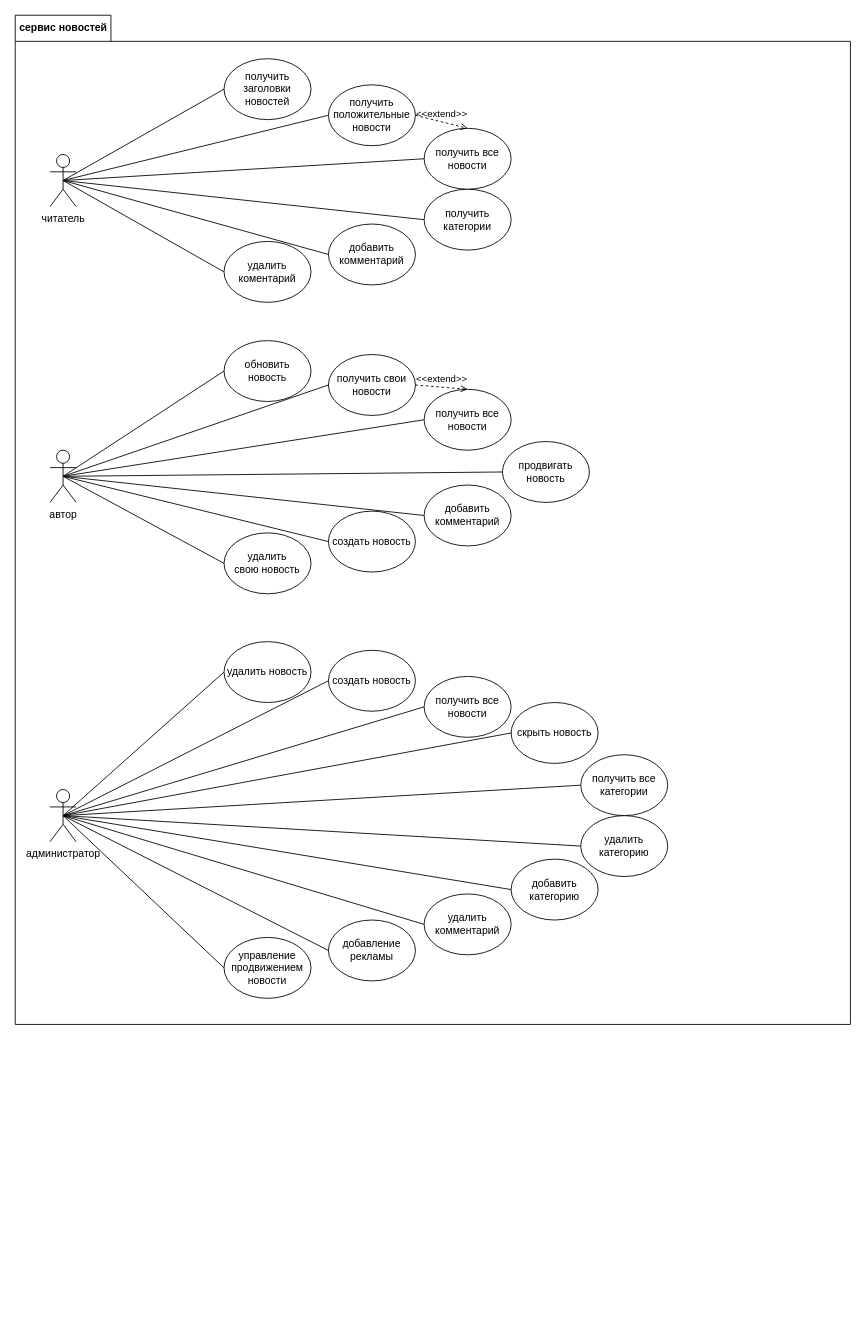
This is usecase2.drawio from xjie6yshek/lab_arh, a draw.io file, before an edit. Source tidied: cells renumbered, new cells numbered last; positions are measured from the earlier drawing's top-left corner, leaving out a move shared by most shapes. Both pictures are drawn from the tidied source at 87%, with x=0, y=0 at pixel (15, 15).
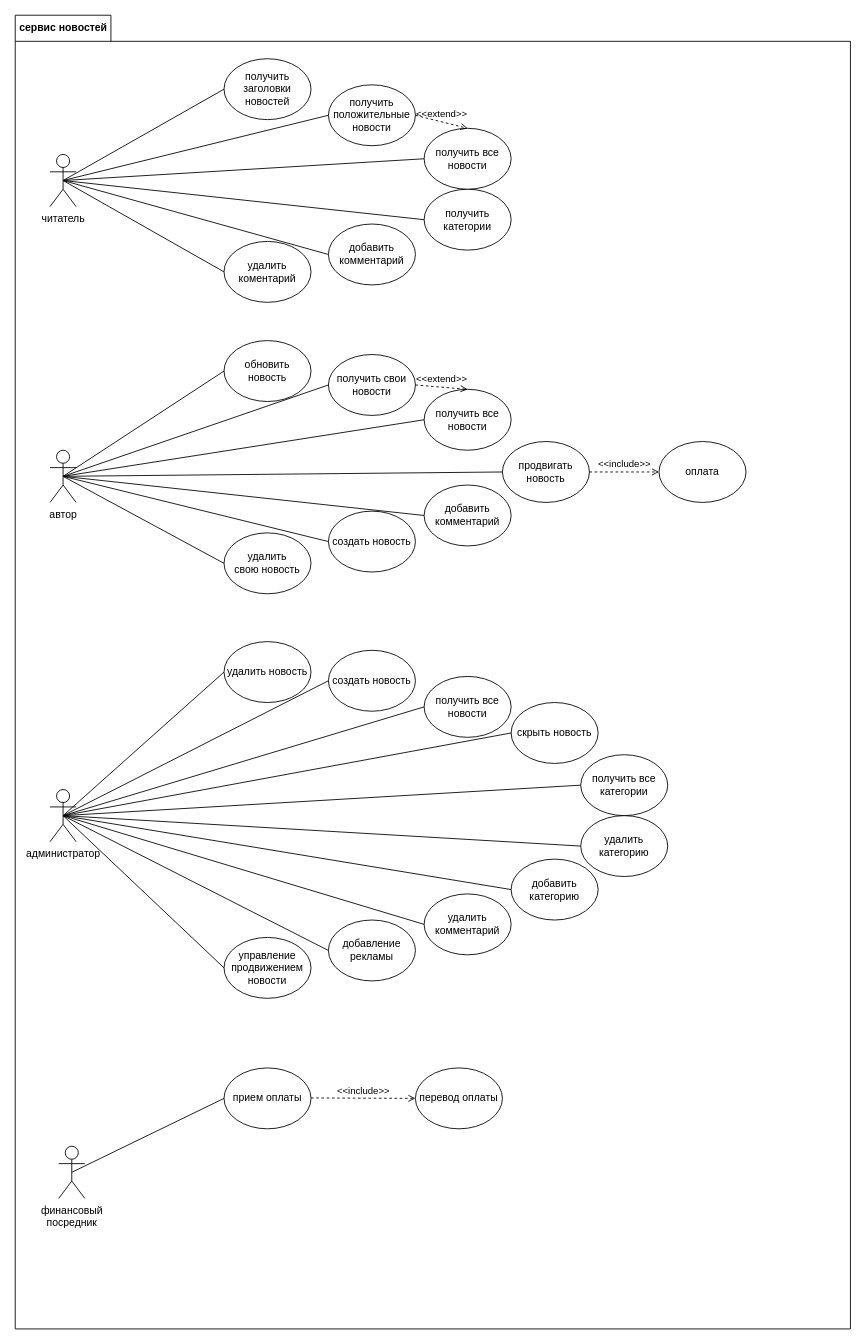
The same page after the edit.

The change refers to these unchanged cells:
```xml
<mxCell id="44" value="продвигать новость" style="ellipse;whiteSpace=wrap;html=1;" parent="2" vertex="1">
  <mxGeometry x="560" y="490" width="100" height="70" as="geometry" />
</mxCell>
```

What changed in the source:
```diff
@@
     <mxCell id="2" value="сервис новостей" style="shape=folder;fontStyle=1;tabWidth=110;tabHeight=30;tabPosition=left;html=1;boundedLbl=1;labelInHeader=1;" parent="1" vertex="1">
-      <mxGeometry width="960" height="1160" as="geometry" />
+      <mxGeometry width="960" height="1510" as="geometry" />
     </mxCell>
@@
+    <mxCell id="54" value="оплата" style="ellipse;whiteSpace=wrap;html=1;" parent="2" vertex="1">
+      <mxGeometry x="740" y="490" width="100" height="70" as="geometry" />
+    </mxCell>
+    <mxCell id="55" value="финансовый &lt;br&gt;посредник" style="shape=umlActor;verticalLabelPosition=bottom;verticalAlign=top;html=1;outlineConnect=0;" parent="2" vertex="1">
+      <mxGeometry x="50" y="1300" width="30" height="60" as="geometry" />
+    </mxCell>
+    <mxCell id="56" value="перевод оплаты" style="ellipse;whiteSpace=wrap;html=1;" parent="2" vertex="1">
+      <mxGeometry x="460" y="1210" width="100" height="70" as="geometry" />
+    </mxCell>
+    <mxCell id="57" value="прием оплаты" style="ellipse;whiteSpace=wrap;html=1;" parent="2" vertex="1">
+      <mxGeometry x="240" y="1210" width="100" height="70" as="geometry" />
+    </mxCell>
+    <mxCell id="58" style="endArrow=none;html=1;entryX=0;entryY=0.5;entryDx=0;entryDy=0;exitX=0.5;exitY=0.5;exitDx=0;exitDy=0;exitPerimeter=0;" parent="2" edge="1" source="55" target="57">
+      <mxGeometry relative="1" as="geometry" />
+    </mxCell>
+    <mxCell id="59" value="&amp;lt;&amp;lt;include&amp;gt;&amp;gt;" style="html=1;verticalAlign=bottom;labelBackgroundColor=none;endArrow=open;endFill=0;dashed=1;exitX=1;exitY=0.5;exitDx=0;exitDy=0;entryX=0;entryY=0.5;entryDx=0;entryDy=0;" parent="2" edge="1" source="44" target="54">
+      <mxGeometry relative="1" as="geometry" />
+    </mxCell>
+    <mxCell id="60" value="&amp;lt;&amp;lt;include&amp;gt;&amp;gt;" style="html=1;verticalAlign=bottom;labelBackgroundColor=none;endArrow=open;endFill=0;dashed=1;exitX=1;exitY=0.5;exitDx=0;exitDy=0;entryX=0;entryY=0.5;entryDx=0;entryDy=0;" parent="2" edge="1" target="56">
+      <mxGeometry relative="1" as="geometry">
+        <mxPoint x="340" y="1244.5" as="sourcePoint" />
+      </mxGeometry>
+    </mxCell>
```
